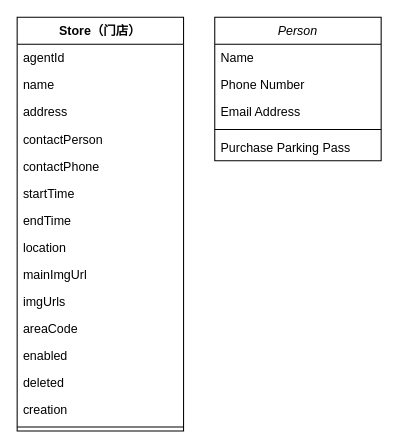
Above: 换电SaaS平台.drawio in vikey5210000/diagrams (draw.io), before the change. Source tidied: cells renumbered, new cells numbered last; positions are measured from the earlier drawing's top-left corner, leaving out a move shared by most shapes. Both pictures are drawn from the tidied source at 104%, with x=0, y=0 at pixel (17, 17).
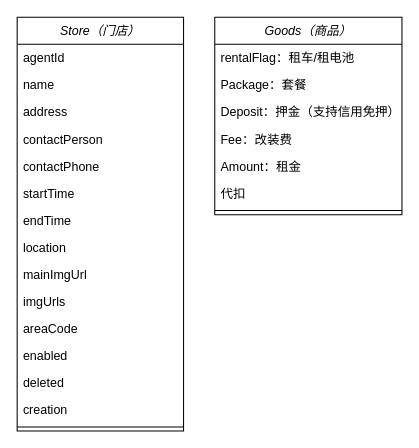
The same diagram, later.

Commit message:
更新换电SaaS平台.drawio

What changed in the source:
```diff
@@
-    <mxCell id="2" value="Person" style="swimlane;fontStyle=2;align=center;verticalAlign=top;horizontal=1;startSize=26;rounded=0;shadow=0;strokeWidth=1;" parent="1" vertex="1">
-      <mxGeometry x="190" width="160" height="138" as="geometry" />
+    <mxCell id="2" value="Goods（商品）" style="swimlane;fontStyle=2;align=center;verticalAlign=top;horizontal=1;startSize=26;rounded=0;shadow=0;strokeWidth=1;" parent="1" vertex="1">
+      <mxGeometry x="190" width="180" height="190" as="geometry" />
     </mxCell>
-    <mxCell id="3" value="Name" style="text;align=left;verticalAlign=top;spacingLeft=4;spacingRight=4;overflow=hidden;" parent="2" vertex="1">
-      <mxGeometry y="26" width="160" height="26" as="geometry" />
+    <mxCell id="3" value="rentalFlag：租车/租电池" style="text;align=left;verticalAlign=top;spacingLeft=4;spacingRight=4;overflow=hidden;" parent="2" vertex="1">
+      <mxGeometry y="26" width="180" height="26" as="geometry" />
     </mxCell>
-    <mxCell id="4" value="Phone Number" style="text;align=left;verticalAlign=top;spacingLeft=4;spacingRight=4;overflow=hidden;rounded=0;shadow=0;html=0;" parent="2" vertex="1">
-      <mxGeometry y="52" width="160" height="26" as="geometry" />
+    <mxCell id="4" value="Package：套餐" style="text;align=left;verticalAlign=top;spacingLeft=4;spacingRight=4;overflow=hidden;rounded=0;shadow=0;html=0;" parent="2" vertex="1">
+      <mxGeometry y="52" width="180" height="26" as="geometry" />
     </mxCell>
-    <mxCell id="5" value="Email Address" style="text;align=left;verticalAlign=top;spacingLeft=4;spacingRight=4;overflow=hidden;rounded=0;shadow=0;html=0;" parent="2" vertex="1">
-      <mxGeometry y="78" width="160" height="26" as="geometry" />
+    <mxCell id="5" value="Deposit：押金（支持信用免押）" style="text;align=left;verticalAlign=top;spacingLeft=4;spacingRight=4;overflow=hidden;rounded=0;shadow=0;html=0;" parent="2" vertex="1">
+      <mxGeometry y="78" width="180" height="26" as="geometry" />
     </mxCell>
+    <mxCell id="24" value="Fee：改装费" style="text;align=left;verticalAlign=top;spacingLeft=4;spacingRight=4;overflow=hidden;rounded=0;shadow=0;html=0;" parent="2" vertex="1">
+      <mxGeometry y="104" width="180" height="26" as="geometry" />
+    </mxCell>
+    <mxCell id="25" value="Amount：租金" style="text;align=left;verticalAlign=top;spacingLeft=4;spacingRight=4;overflow=hidden;rounded=0;shadow=0;html=0;" parent="2" vertex="1">
+      <mxGeometry y="130" width="180" height="26" as="geometry" />
+    </mxCell>
+    <mxCell id="26" value="代扣" style="text;align=left;verticalAlign=top;spacingLeft=4;spacingRight=4;overflow=hidden;rounded=0;shadow=0;html=0;" parent="2" vertex="1">
+      <mxGeometry y="156" width="180" height="26" as="geometry" />
+    </mxCell>
     <mxCell id="6" style="line;html=1;strokeWidth=1;align=left;verticalAlign=middle;spacingTop=-1;spacingLeft=3;spacingRight=3;labelPosition=right;" parent="2" vertex="1">
-      <mxGeometry y="104" width="160" height="8" as="geometry" />
+      <mxGeometry y="182" width="180" height="8" as="geometry" />
     </mxCell>
-    <mxCell id="7" value="Purchase Parking Pass" style="text;align=left;verticalAlign=top;spacingLeft=4;spacingRight=4;overflow=hidden;" parent="2" vertex="1">
-      <mxGeometry y="112" width="160" height="26" as="geometry" />
-    </mxCell>
-    <mxCell id="8" value="Store（门店）" style="swimlane;fontStyle=1;align=center;verticalAlign=top;horizontal=1;startSize=26;" parent="1" vertex="1">
+    <mxCell id="8" value="Store（门店）" style="swimlane;fontStyle=2;align=center;verticalAlign=top;horizontal=1;startSize=26;" parent="1" vertex="1">
       <mxGeometry width="160" height="398" as="geometry" />
     </mxCell>
```
